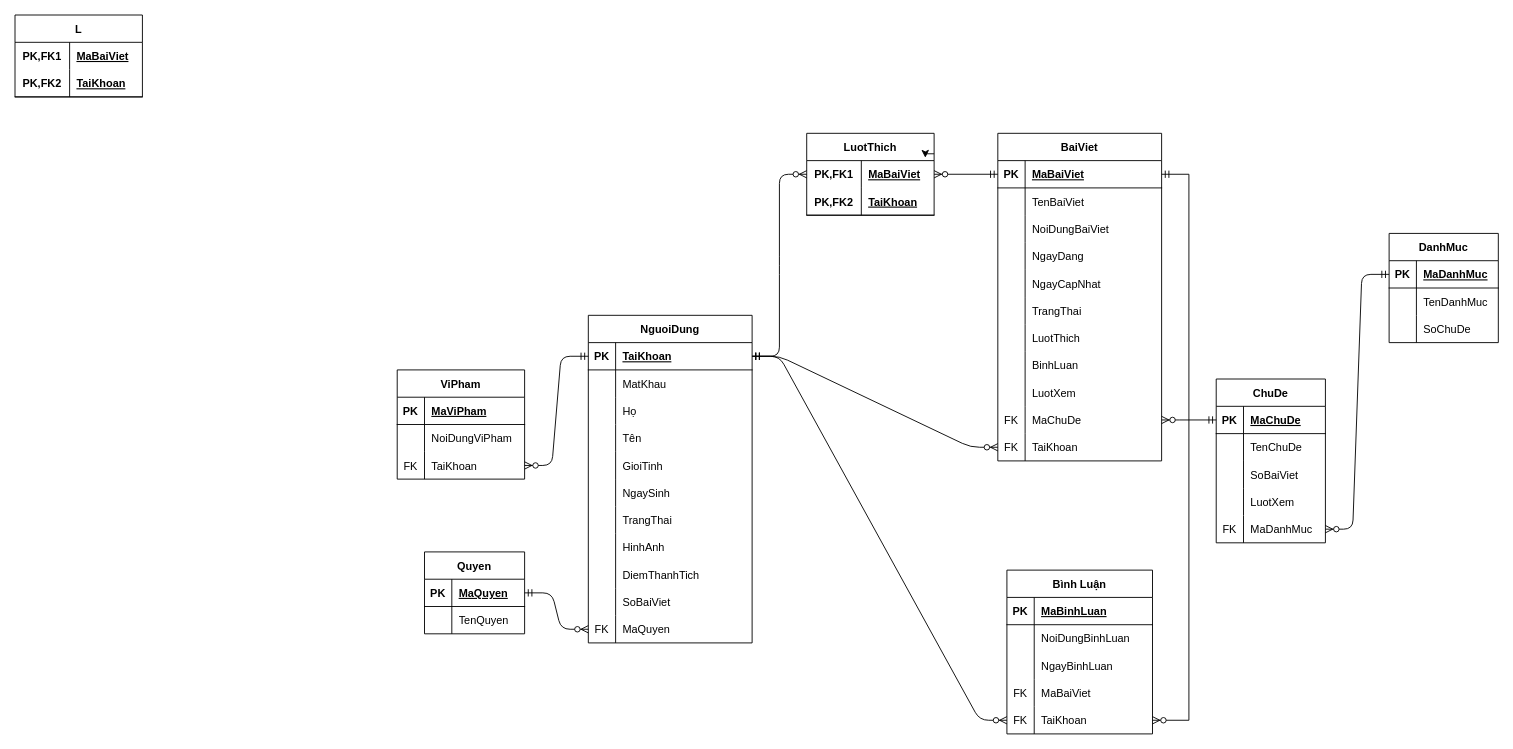
phanvandinh99/Forum keeps this draw.io diagram as page "Page-2" (2 of 2) of Other/Diagram.drawio. Above is the earlier version. Source tidied: cells renumbered, new cells numbered last; positions are measured from the earlier drawing's top-left corner, leaving out a move shared by most shapes. Both pictures are drawn from the tidied source at 91%, with x=0, y=0 at pixel (15, 15).
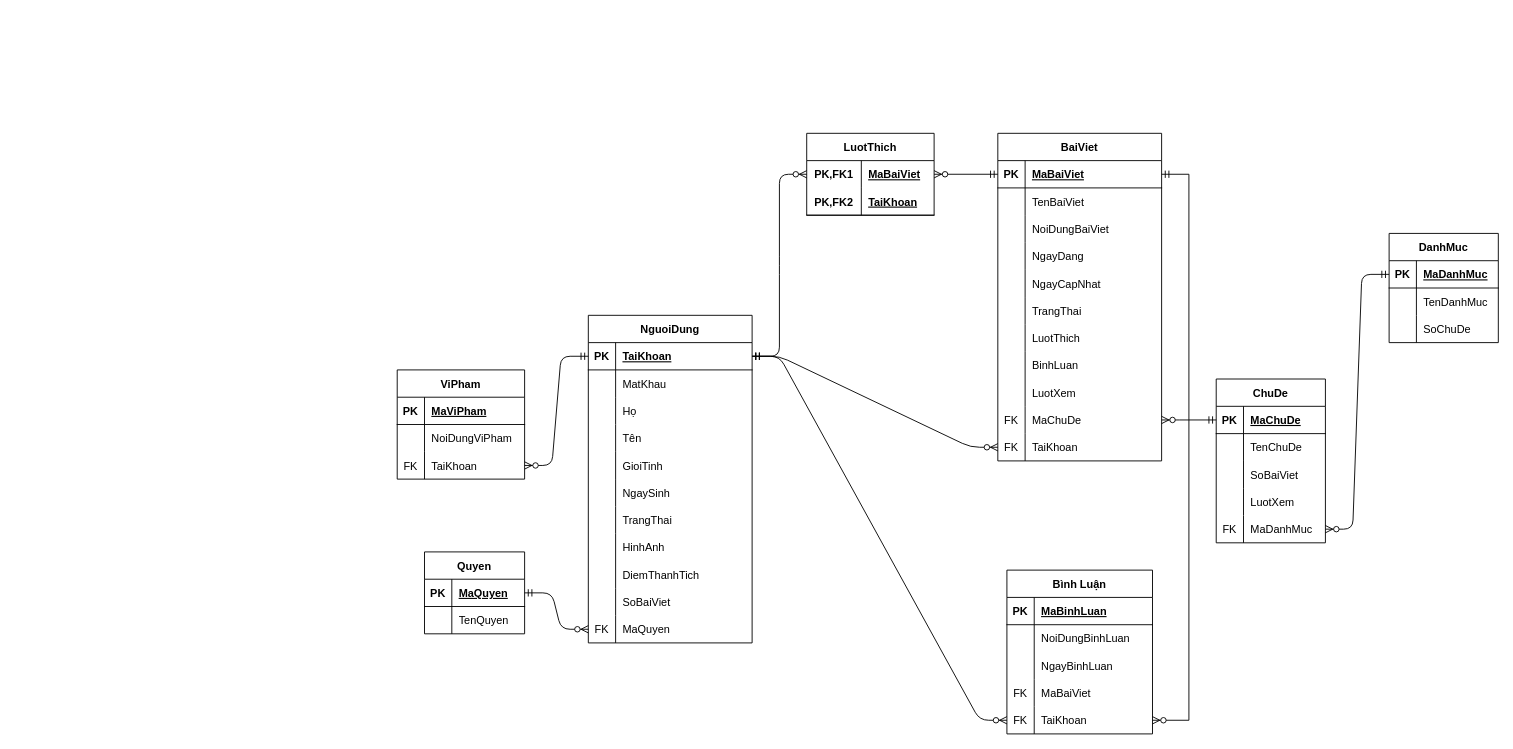
Above is the later version.

The change refers to these unchanged cells:
```xml
<mxCell id="136" value="LuotThich" style="shape=table;startSize=30;childLayout=tableLayout;rowLines=0;fontStyle=1;align=center;" parent="1" vertex="1">
  <mxGeometry x="870" y="130" width="140" height="90" as="geometry" />
</mxCell>
```

Change to the diagram source:
```diff
@@
-    <mxCell id="144" value="L" style="shape=table;startSize=30;childLayout=tableLayout;rowLines=0;fontStyle=1;align=center;" parent="1" vertex="1">
-      <mxGeometry width="140" height="90" as="geometry" />
-    </mxCell>
-    <mxCell id="145" style="shape=partialRectangle;fillColor=none;top=0;left=0;bottom=0;right=0;" parent="144" vertex="1">
-      <mxGeometry y="30" width="140" height="30" as="geometry" />
-    </mxCell>
-    <mxCell id="146" value="PK,FK1" style="shape=partialRectangle;fillColor=none;top=0;left=0;bottom=0;right=0;fontStyle=1;overflow=hidden;" parent="145" vertex="1">
-      <mxGeometry width="60" height="30" as="geometry" />
-    </mxCell>
-    <mxCell id="147" value="MaBaiViet" style="shape=partialRectangle;fillColor=none;top=0;left=0;bottom=0;right=0;align=left;spacingLeft=6;fontStyle=5;overflow=hidden;" parent="145" vertex="1">
-      <mxGeometry x="60" width="80" height="30" as="geometry" />
-    </mxCell>
-    <mxCell id="148" style="shape=partialRectangle;fillColor=none;top=0;left=0;bottom=1;right=0;" parent="144" vertex="1">
-      <mxGeometry y="60" width="140" height="30" as="geometry" />
-    </mxCell>
-    <mxCell id="149" value="PK,FK2" style="shape=partialRectangle;fillColor=none;top=0;left=0;bottom=0;right=0;fontStyle=1;overflow=hidden;" parent="148" vertex="1">
-      <mxGeometry width="60" height="30" as="geometry" />
-    </mxCell>
-    <mxCell id="150" value="TaiKhoan" style="shape=partialRectangle;fillColor=none;top=0;left=0;bottom=0;right=0;align=left;spacingLeft=6;fontStyle=5;overflow=hidden;" parent="148" vertex="1">
-      <mxGeometry x="60" width="80" height="30" as="geometry" />
-    </mxCell>
@@
-    <mxCell id="152" style="edgeStyle=orthogonalEdgeStyle;rounded=0;orthogonalLoop=1;jettySize=auto;html=1;exitX=1;exitY=0.25;exitDx=0;exitDy=0;entryX=0.931;entryY=0.298;entryDx=0;entryDy=0;entryPerimeter=0;" parent="1" edge="1" source="136" target="136">
-      <mxGeometry relative="1" as="geometry" />
-    </mxCell>
```
